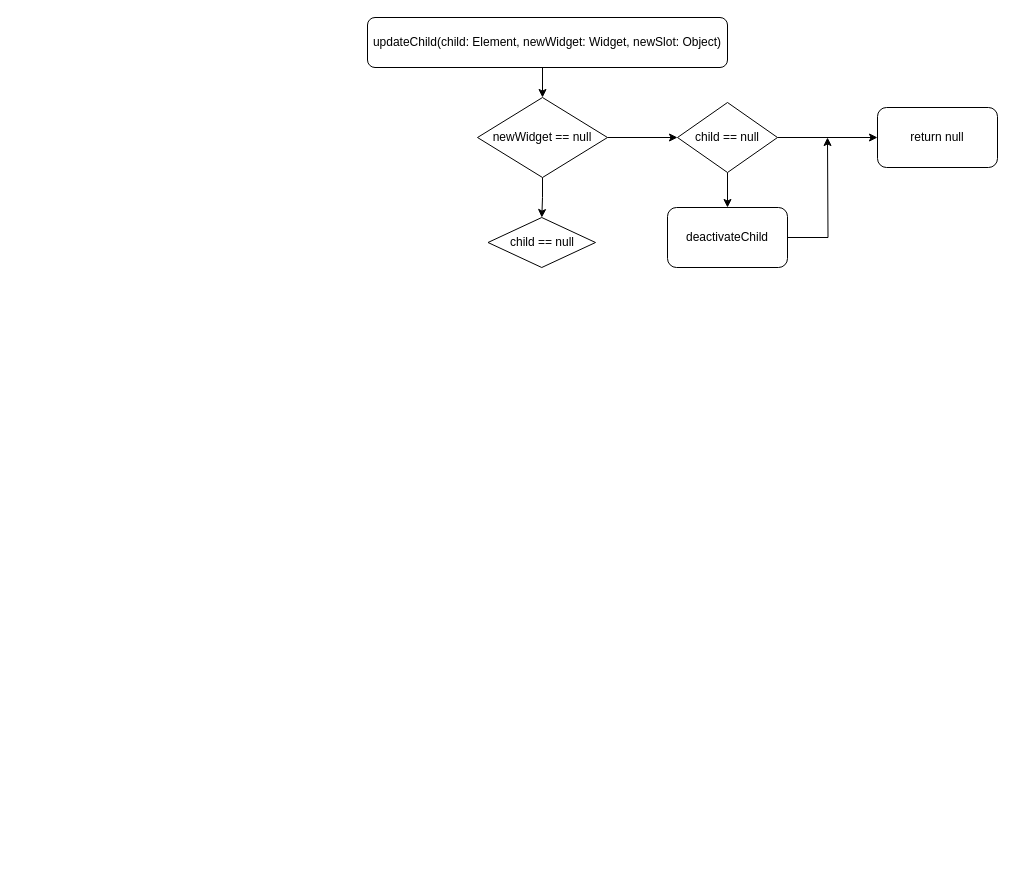
Earlier version of the draw.io diagram flutter/update_child.drawio (rockstore/diagram). Source tidied: cells renumbered, new cells numbered last; positions are measured from the earlier drawing's top-left corner, leaving out a move shared by most shapes. Both pictures are drawn from the tidied source at 100%, with x=0, y=0 at pixel (367, 17).
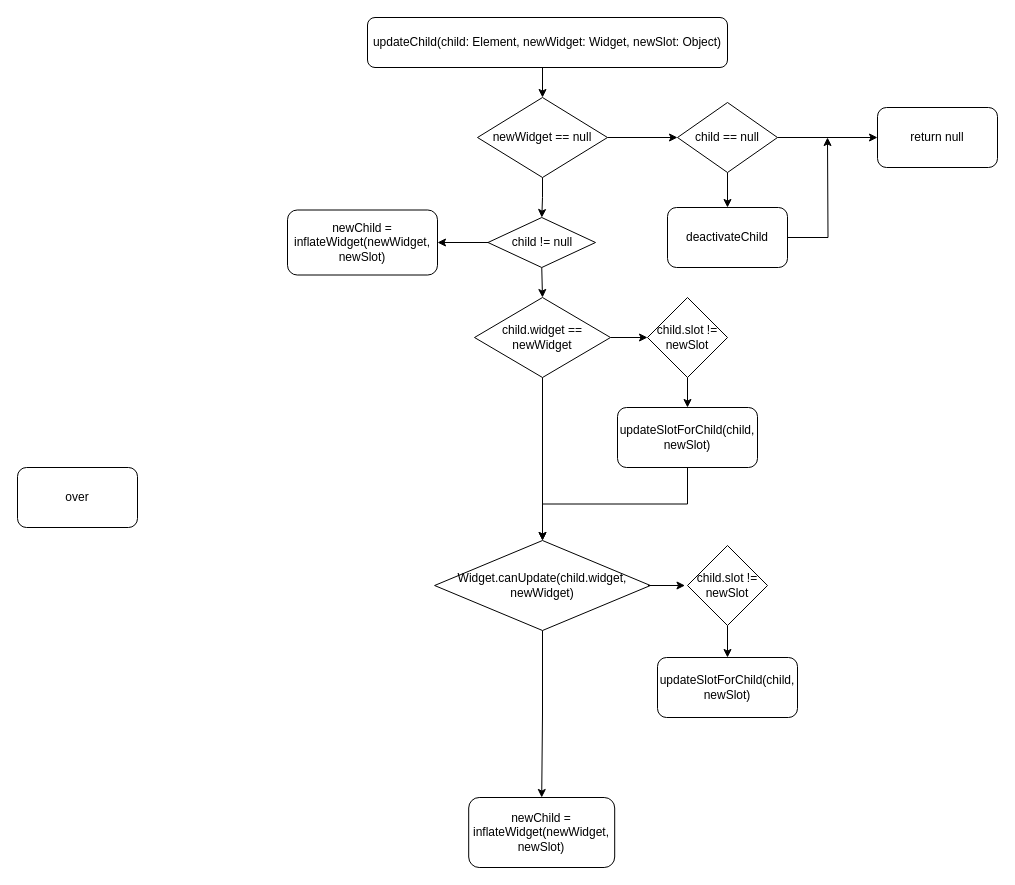
The same diagram, later.

The edit, as a diff of the source:
```diff
@@
+    <mxCell id="14" style="edgeStyle=orthogonalEdgeStyle;rounded=0;jettySize=auto;html=1;exitX=0;exitY=0.5;exitDx=0;exitDy=0;entryX=1;entryY=0.5;entryDx=0;entryDy=0;" parent="1" edge="1" source="13" target="16">
+      <mxGeometry relative="1" as="geometry" />
+    </mxCell>
+    <mxCell id="15" style="edgeStyle=orthogonalEdgeStyle;rounded=0;jettySize=auto;html=1;exitX=0.5;exitY=1;exitDx=0;exitDy=0;entryX=0.5;entryY=0;entryDx=0;entryDy=0;" parent="1" edge="1" source="13" target="19">
+      <mxGeometry relative="1" as="geometry" />
+    </mxCell>
-    <mxCell id="13" value="child == null" style="rhombus;whiteSpace=wrap;html=1;" parent="1" vertex="1">
+    <mxCell id="13" value="child != null" style="rhombus;whiteSpace=wrap;html=1;" parent="1" vertex="1">
       <mxGeometry x="120.5" y="200" width="107.5" height="50" as="geometry" />
     </mxCell>
+    <mxCell id="16" value="newChild = inflateWidget(newWidget, newSlot)" style="rounded=1;whiteSpace=wrap;html=1;" parent="1" vertex="1">
+      <mxGeometry x="-80" y="192.5" width="150" height="65" as="geometry" />
+    </mxCell>
+    <mxCell id="17" style="edgeStyle=orthogonalEdgeStyle;rounded=0;jettySize=auto;html=1;exitX=1;exitY=0.5;exitDx=0;exitDy=0;entryX=0;entryY=0.5;entryDx=0;entryDy=0;" parent="1" edge="1" source="19" target="22">
+      <mxGeometry relative="1" as="geometry" />
+    </mxCell>
+    <mxCell id="18" style="edgeStyle=orthogonalEdgeStyle;rounded=0;jettySize=auto;html=1;exitX=0.5;exitY=1;exitDx=0;exitDy=0;entryX=0.5;entryY=0;entryDx=0;entryDy=0;" parent="1" edge="1" source="19" target="26">
+      <mxGeometry relative="1" as="geometry" />
+    </mxCell>
+    <mxCell id="19" value="child.widget == newWidget" style="rhombus;whiteSpace=wrap;html=1;" parent="1" vertex="1">
+      <mxGeometry x="107" y="280" width="136" height="80" as="geometry" />
+    </mxCell>
+    <mxCell id="20" value="over" style="rounded=1;whiteSpace=wrap;html=1;" parent="1" vertex="1">
+      <mxGeometry x="-350" y="450" width="120" height="60" as="geometry" />
+    </mxCell>
+    <mxCell id="21" style="edgeStyle=orthogonalEdgeStyle;rounded=0;jettySize=auto;html=1;exitX=0.5;exitY=1;exitDx=0;exitDy=0;entryX=0.5;entryY=0;entryDx=0;entryDy=0;" parent="1" edge="1" source="22" target="24">
+      <mxGeometry relative="1" as="geometry" />
+    </mxCell>
+    <mxCell id="22" value="child.slot != newSlot" style="rhombus;whiteSpace=wrap;html=1;" parent="1" vertex="1">
+      <mxGeometry x="280" y="280" width="80" height="80" as="geometry" />
+    </mxCell>
+    <mxCell id="23" style="edgeStyle=orthogonalEdgeStyle;rounded=0;jettySize=auto;html=1;exitX=0.5;exitY=1;exitDx=0;exitDy=0;entryX=0.5;entryY=0;entryDx=0;entryDy=0;" parent="1" edge="1" source="24" target="26">
+      <mxGeometry relative="1" as="geometry" />
+    </mxCell>
+    <mxCell id="24" value="updateSlotForChild(child, newSlot)" style="rounded=1;whiteSpace=wrap;html=1;" parent="1" vertex="1">
+      <mxGeometry x="250" y="390" width="140" height="60" as="geometry" />
+    </mxCell>
+    <mxCell id="25" style="edgeStyle=orthogonalEdgeStyle;rounded=0;jettySize=auto;html=1;exitX=0.5;exitY=1;exitDx=0;exitDy=0;entryX=0.5;entryY=0;entryDx=0;entryDy=0;" parent="1" edge="1" source="26" target="28">
+      <mxGeometry relative="1" as="geometry" />
+    </mxCell>
+    <mxCell id="26" value="Widget.canUpdate(child.widget, newWidget)" style="rhombus;whiteSpace=wrap;html=1;" parent="1" vertex="1">
+      <mxGeometry x="67.1" y="523" width="215.8" height="90" as="geometry" />
+    </mxCell>
+    <mxCell id="27" style="edgeStyle=orthogonalEdgeStyle;rounded=0;orthogonalLoop=1;jettySize=auto;html=1;exitX=1;exitY=0.5;exitDx=0;exitDy=0;entryX=0;entryY=0.5;entryDx=0;entryDy=0;" parent="1" edge="1">
+      <mxGeometry relative="1" as="geometry">
+        <mxPoint x="280.5" y="568" as="sourcePoint" />
+        <mxPoint x="317.5" y="568" as="targetPoint" />
+      </mxGeometry>
+    </mxCell>
+    <mxCell id="28" value="&lt;span&gt;newChild = inflateWidget(newWidget, newSlot)&lt;/span&gt;" style="rounded=1;whiteSpace=wrap;html=1;" parent="1" vertex="1">
+      <mxGeometry x="101.2" y="780" width="146" height="70" as="geometry" />
+    </mxCell>
+    <mxCell id="29" style="edgeStyle=orthogonalEdgeStyle;rounded=0;jettySize=auto;html=1;exitX=0.5;exitY=1;exitDx=0;exitDy=0;entryX=0.5;entryY=0;entryDx=0;entryDy=0;" parent="1" edge="1" source="30" target="31">
+      <mxGeometry relative="1" as="geometry" />
+    </mxCell>
+    <mxCell id="30" value="child.slot != newSlot" style="rhombus;whiteSpace=wrap;html=1;" parent="1" vertex="1">
+      <mxGeometry x="320" y="528" width="80" height="80" as="geometry" />
+    </mxCell>
+    <mxCell id="31" value="updateSlotForChild(child, newSlot)" style="rounded=1;whiteSpace=wrap;html=1;" parent="1" vertex="1">
+      <mxGeometry x="290" y="640" width="140" height="60" as="geometry" />
+    </mxCell>
```
